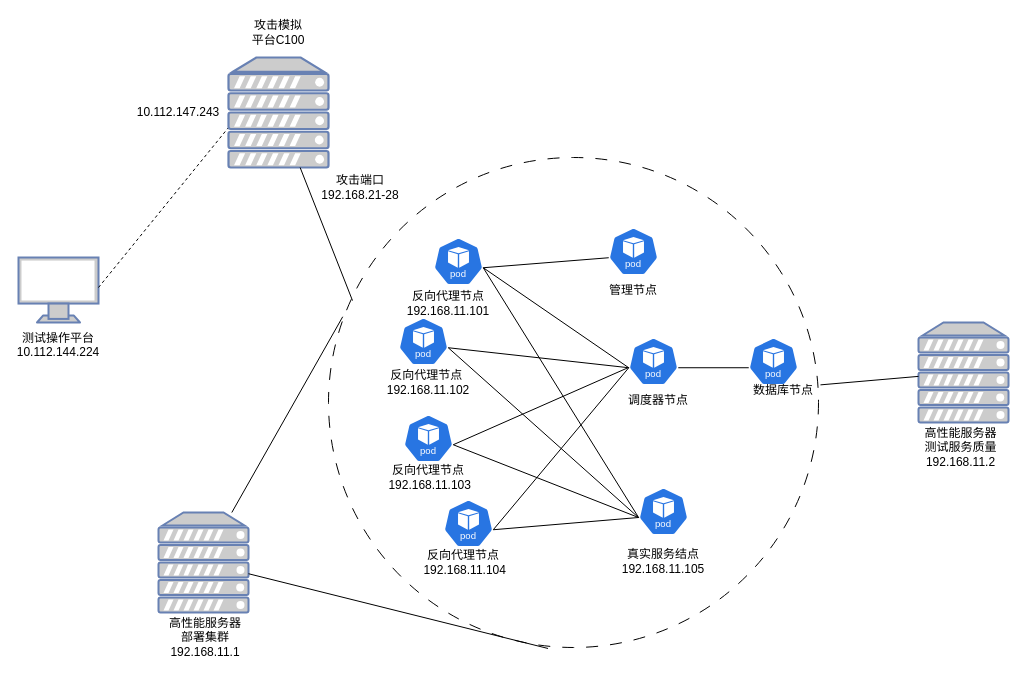
Norton-Lin/Picture keeps this draw.io diagram as test_enviroment.drawio. Above is the earlier version. Source tidied: cells renumbered, new cells numbered last; positions are measured from the earlier drawing's top-left corner, leaving out a move shared by most shapes. Both pictures are drawn from the tidied source at 100%, with x=0, y=0 at pixel (18, 17).
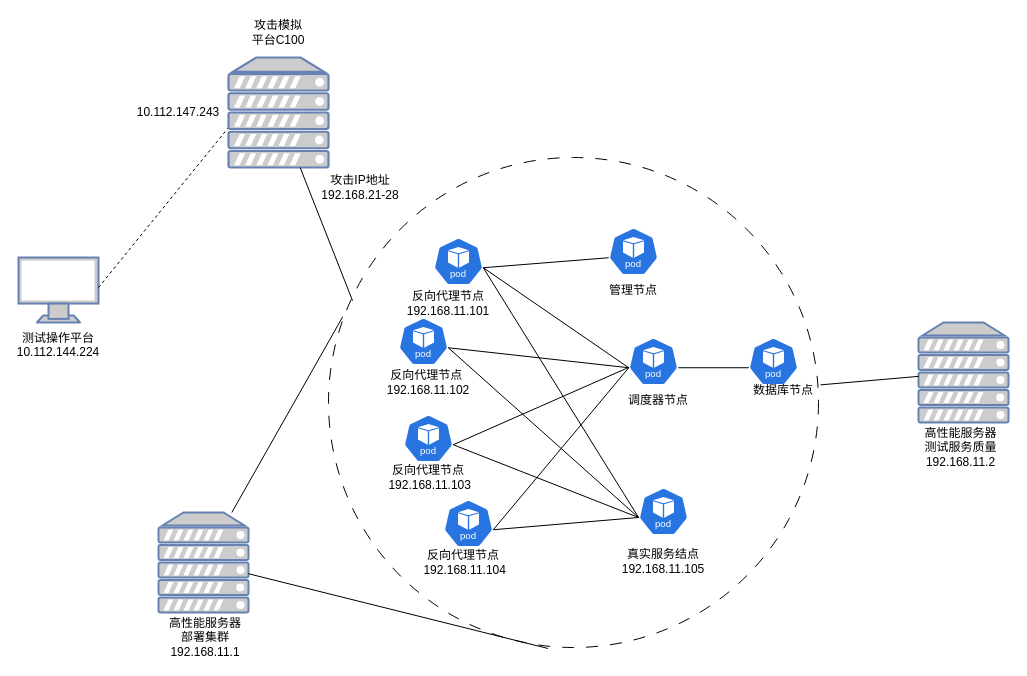
The same diagram, later.

Change to the diagram source:
```diff
@@
-    <mxCell id="8" value="攻击端口192.168.21-28" style="text;html=1;align=center;verticalAlign=middle;whiteSpace=wrap;rounded=0;" parent="1" vertex="1">
+    <mxCell id="8" value="攻击IP地址&lt;div&gt;192.168.21-28&lt;/div&gt;" style="text;html=1;align=center;verticalAlign=middle;whiteSpace=wrap;rounded=0;" parent="1" vertex="1">
       <mxGeometry x="294" y="160" width="96" height="20" as="geometry" />
     </mxCell>
```
